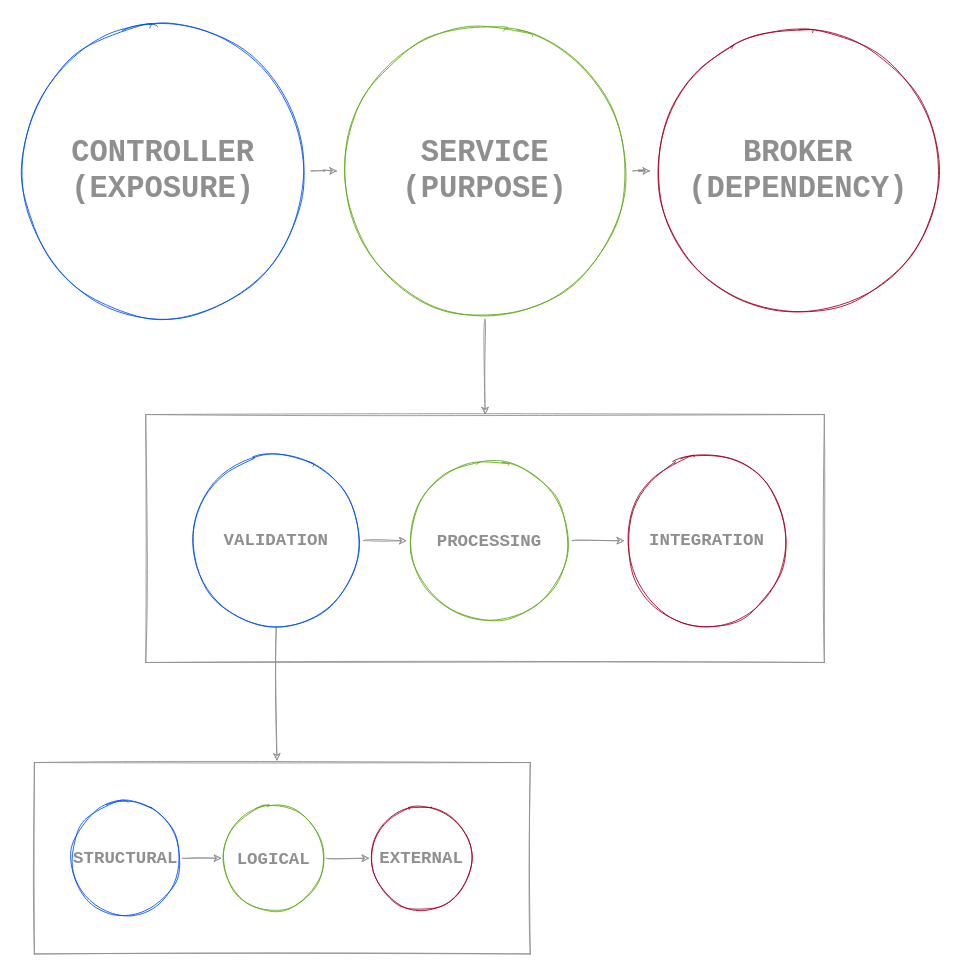
hassanhabib/The-Standard-Arabic keeps this draw.io diagram as page "0.0.5" (5 of 7) of 0. المقدمة/0.0 النظرية/ملفات/النظرية.drawio. Above is the earlier version. Source tidied: cells renumbered, new cells numbered last; positions are measured from the earlier drawing's top-left corner, leaving out a move shared by most shapes. Both pictures are drawn from the tidied source at 87%, with x=0, y=0 at pixel (15, 23).
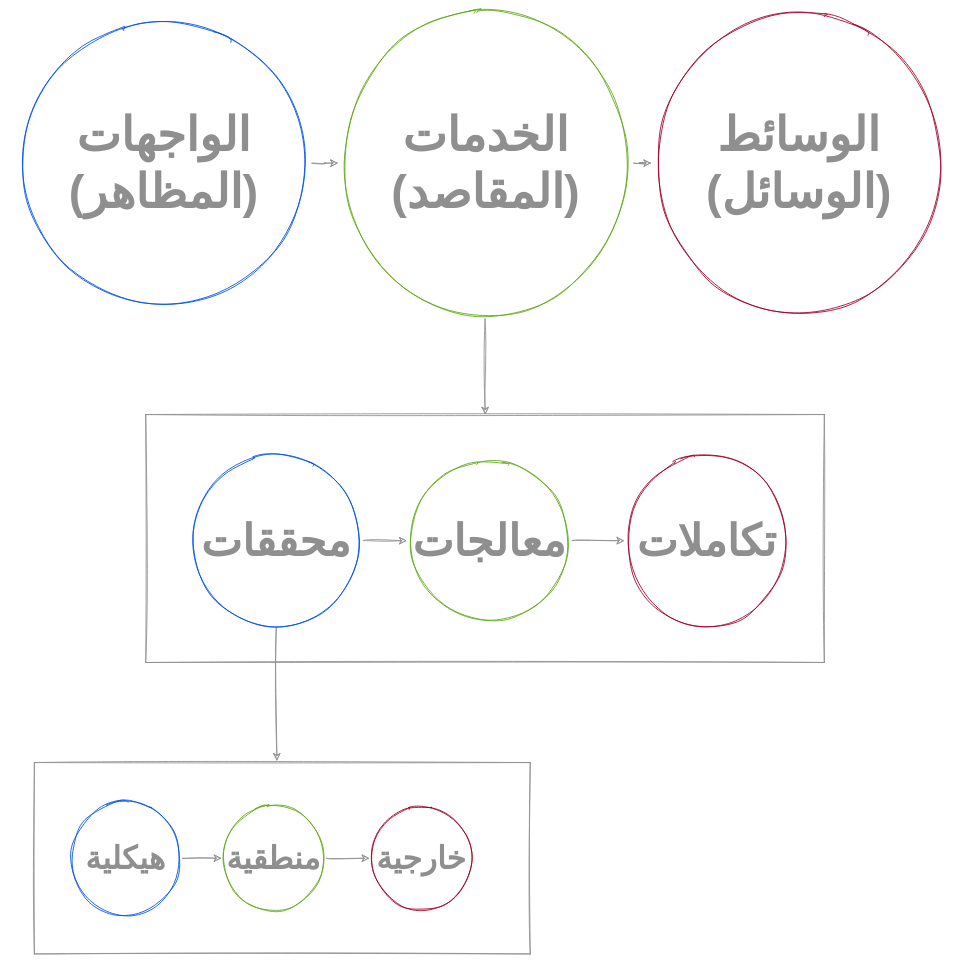
The same page after the edit.

Commit message (it also covers changes not shown here):
توثيق: إضافة رسومات تصميم الأنظمة

Change to the diagram source:
```diff
@@
-    <mxCell id="2" style="rounded=0;whiteSpace=wrap;html=1;sketch=1;fontFamily=Courier New;fontSize=20;fontColor=#8F8F8F;strokeColor=#8F8F8F;fillColor=none;" parent="1" vertex="1">
+    <mxCell id="2" style="rounded=0;whiteSpace=wrap;html=1;sketch=1;fontFamily=Arabic Typesetting;fontSize=36;fontColor=#8F8F8F;strokeColor=#8F8F8F;fillColor=none;" parent="1" vertex="1">
       <mxGeometry x="22" y="850" width="570" height="220" as="geometry" />
     </mxCell>
-    <mxCell id="3" style="rounded=0;whiteSpace=wrap;html=1;sketch=1;fontFamily=Courier New;fontSize=20;fontColor=#8F8F8F;strokeColor=#8F8F8F;fillColor=none;" parent="1" vertex="1">
+    <mxCell id="3" style="rounded=0;whiteSpace=wrap;html=1;sketch=1;fontFamily=Arabic Typesetting;fontSize=50;fontColor=#8F8F8F;strokeColor=#8F8F8F;fillColor=none;" parent="1" vertex="1">
       <mxGeometry x="150" y="450" width="780" height="285" as="geometry" />
     </mxCell>
-    <mxCell id="4" value="BROKER&lt;br&gt;(DEPENDENCY)" style="ellipse;whiteSpace=wrap;html=1;rounded=1;sketch=1;fillColor=none;strokeColor=#A20025;fontFamily=Courier New;fontStyle=1;fontSize=35;fontColor=#8F8F8F;" parent="1" vertex="1">
-      <mxGeometry x="730" width="340" height="340" as="geometry" />
-    </mxCell>
-    <mxCell id="5" style="edgeStyle=orthogonalEdgeStyle;curved=1;rounded=1;sketch=1;jettySize=auto;html=1;entryX=0;entryY=0.5;entryDx=0;entryDy=0;strokeColor=#8F8F8F;fontFamily=Courier New;fontStyle=1;fontColor=#8F8F8F;" parent="1" edge="1" source="7" target="4">
-      <mxGeometry relative="1" as="geometry" />
-    </mxCell>
-    <mxCell id="6" style="edgeStyle=orthogonalEdgeStyle;curved=1;rounded=1;sketch=1;jettySize=auto;html=1;fontFamily=Courier New;fontSize=20;fontColor=#8F8F8F;strokeColor=#8F8F8F;" parent="1" edge="1" source="7" target="3">
-      <mxGeometry relative="1" as="geometry" />
+    <mxCell id="6" style="edgeStyle=orthogonalEdgeStyle;curved=1;rounded=1;sketch=1;jettySize=auto;html=1;fontFamily=Courier New;fontSize=20;fontColor=#8F8F8F;strokeColor=#8F8F8F;" parent="1" edge="1" target="3">
+      <mxGeometry relative="1" as="geometry">
+        <mxPoint x="540" y="340" as="sourcePoint" />
+      </mxGeometry>
     </mxCell>
-    <mxCell id="7" value="&lt;font style=&quot;font-size: 35px&quot;&gt;SERVICE&lt;br&gt;(PURPOSE)&lt;br&gt;&lt;/font&gt;" style="ellipse;whiteSpace=wrap;html=1;rounded=1;sketch=1;fillColor=none;strokeColor=#60A917;fontFamily=Courier New;fontStyle=1;fontSize=25;fontColor=#8F8F8F;" parent="1" vertex="1">
-      <mxGeometry x="370" width="340" height="340" as="geometry" />
-    </mxCell>
-    <mxCell id="8" style="edgeStyle=orthogonalEdgeStyle;curved=1;rounded=1;sketch=1;jettySize=auto;html=1;strokeColor=#8F8F8F;fontFamily=Courier New;fontStyle=1;fontColor=#8F8F8F;" parent="1" edge="1" source="9" target="7">
-      <mxGeometry relative="1" as="geometry" />
-    </mxCell>
-    <mxCell id="9" value="&lt;font style=&quot;font-size: 35px&quot;&gt;CONTROLLER&lt;br&gt;(EXPOSURE)&lt;br&gt;&lt;/font&gt;" style="ellipse;whiteSpace=wrap;html=1;rounded=1;sketch=1;fillColor=none;strokeColor=#0050EF;fontFamily=Courier New;fontStyle=1;fontColor=#8F8F8F;" parent="1" vertex="1">
-      <mxGeometry width="340" height="340" as="geometry" />
-    </mxCell>
-    <mxCell id="10" value="INTEGRATION" style="ellipse;whiteSpace=wrap;html=1;rounded=1;sketch=1;fillColor=none;strokeColor=#A20025;fontFamily=Courier New;fontStyle=1;fontSize=20;fontColor=#8F8F8F;" parent="1" vertex="1">
+    <mxCell id="10" value="تكاملات" style="ellipse;whiteSpace=wrap;html=1;rounded=1;sketch=1;fillColor=none;strokeColor=#A20025;fontFamily=Arabic Typesetting;fontStyle=1;fontSize=50;fontColor=#8F8F8F;" parent="1" vertex="1">
       <mxGeometry x="700" y="500" width="190" height="190" as="geometry" />
     </mxCell>
-    <mxCell id="11" style="edgeStyle=orthogonalEdgeStyle;curved=1;rounded=1;sketch=1;jettySize=auto;html=1;fontFamily=Courier New;fontSize=20;fontColor=#8F8F8F;strokeColor=#8F8F8F;" parent="1" edge="1" source="12" target="10">
+    <mxCell id="11" style="edgeStyle=orthogonalEdgeStyle;curved=1;rounded=1;sketch=1;jettySize=auto;html=1;fontFamily=Arabic Typesetting;fontSize=50;fontColor=#8F8F8F;strokeColor=#8F8F8F;" parent="1" edge="1" source="12" target="10">
       <mxGeometry relative="1" as="geometry" />
     </mxCell>
-    <mxCell id="12" value="&lt;font&gt;&lt;font style=&quot;font-size: 20px&quot;&gt;PROCESSING&lt;/font&gt;&lt;br&gt;&lt;/font&gt;" style="ellipse;whiteSpace=wrap;html=1;rounded=1;sketch=1;fillColor=none;strokeColor=#60A917;fontFamily=Courier New;fontStyle=1;fontSize=25;fontColor=#8F8F8F;" parent="1" vertex="1">
+    <mxCell id="12" value="&lt;font style=&quot;font-size: 50px;&quot;&gt;&lt;font style=&quot;font-size: 50px;&quot;&gt;معالجات&lt;/font&gt;&lt;br style=&quot;font-size: 50px;&quot;&gt;&lt;/font&gt;" style="ellipse;whiteSpace=wrap;html=1;rounded=1;sketch=1;fillColor=none;strokeColor=#60A917;fontFamily=Arabic Typesetting;fontStyle=1;fontSize=50;fontColor=#8F8F8F;" parent="1" vertex="1">
       <mxGeometry x="450" y="500" width="190" height="190" as="geometry" />
     </mxCell>
-    <mxCell id="13" style="edgeStyle=orthogonalEdgeStyle;curved=1;rounded=1;sketch=1;jettySize=auto;html=1;fontFamily=Courier New;fontSize=20;fontColor=#8F8F8F;strokeColor=#8F8F8F;" parent="1" edge="1" source="15" target="12">
+    <mxCell id="13" style="edgeStyle=orthogonalEdgeStyle;curved=1;rounded=1;sketch=1;jettySize=auto;html=1;fontFamily=Arabic Typesetting;fontSize=50;fontColor=#8F8F8F;strokeColor=#8F8F8F;" parent="1" edge="1" source="15" target="12">
       <mxGeometry relative="1" as="geometry" />
     </mxCell>
-    <mxCell id="14" style="edgeStyle=orthogonalEdgeStyle;curved=1;rounded=1;sketch=1;jettySize=auto;html=1;entryX=0.489;entryY=-0.009;entryDx=0;entryDy=0;entryPerimeter=0;fontFamily=Courier New;fontSize=20;fontColor=#8F8F8F;strokeColor=#8F8F8F;" parent="1" edge="1" source="15" target="2">
+    <mxCell id="14" style="edgeStyle=orthogonalEdgeStyle;curved=1;rounded=1;sketch=1;jettySize=auto;html=1;entryX=0.489;entryY=-0.009;entryDx=0;entryDy=0;entryPerimeter=0;fontFamily=Arabic Typesetting;fontSize=20;fontColor=#8F8F8F;strokeColor=#8F8F8F;" parent="1" edge="1" source="15" target="2">
       <mxGeometry relative="1" as="geometry" />
     </mxCell>
-    <mxCell id="15" value="&lt;font&gt;&lt;font style=&quot;font-size: 20px&quot;&gt;VALIDATION&lt;/font&gt;&lt;br&gt;&lt;/font&gt;" style="ellipse;whiteSpace=wrap;html=1;rounded=1;sketch=1;fillColor=none;strokeColor=#0050EF;fontFamily=Courier New;fontStyle=1;fontColor=#8F8F8F;" parent="1" vertex="1">
+    <mxCell id="15" value="&lt;font style=&quot;font-size: 50px;&quot;&gt;&lt;font style=&quot;font-size: 50px;&quot;&gt;محققات&lt;/font&gt;&lt;br style=&quot;font-size: 50px;&quot;&gt;&lt;/font&gt;" style="ellipse;whiteSpace=wrap;html=1;rounded=1;sketch=1;fillColor=none;strokeColor=#0050EF;fontFamily=Arabic Typesetting;fontStyle=1;fontColor=#8F8F8F;fontSize=50;" parent="1" vertex="1">
       <mxGeometry x="200" y="495" width="200" height="200" as="geometry" />
     </mxCell>
-    <mxCell id="16" value="EXTERNAL" style="ellipse;whiteSpace=wrap;html=1;rounded=1;sketch=1;fillColor=none;strokeColor=#A20025;fontFamily=Courier New;fontStyle=1;fontSize=20;fontColor=#8F8F8F;" parent="1" vertex="1">
+    <mxCell id="16" value="خارجية" style="ellipse;whiteSpace=wrap;html=1;rounded=1;sketch=1;fillColor=none;strokeColor=#A20025;fontFamily=Arabic Typesetting;fontStyle=1;fontSize=36;fontColor=#8F8F8F;" parent="1" vertex="1">
       <mxGeometry x="407" y="900" width="120" height="120" as="geometry" />
     </mxCell>
-    <mxCell id="17" style="edgeStyle=orthogonalEdgeStyle;curved=1;rounded=1;sketch=1;jettySize=auto;html=1;fontFamily=Courier New;fontSize=20;fontColor=#8F8F8F;strokeColor=#8F8F8F;" parent="1" edge="1" source="18" target="16">
+    <mxCell id="17" style="edgeStyle=orthogonalEdgeStyle;curved=1;rounded=1;sketch=1;jettySize=auto;html=1;fontFamily=Arabic Typesetting;fontSize=36;fontColor=#8F8F8F;strokeColor=#8F8F8F;" parent="1" edge="1" source="18" target="16">
       <mxGeometry relative="1" as="geometry" />
     </mxCell>
-    <mxCell id="18" value="&lt;font&gt;&lt;font style=&quot;font-size: 20px&quot;&gt;LOGICAL&lt;/font&gt;&lt;br&gt;&lt;/font&gt;" style="ellipse;whiteSpace=wrap;html=1;rounded=1;sketch=1;fillColor=none;strokeColor=#60A917;fontFamily=Courier New;fontStyle=1;fontSize=25;fontColor=#8F8F8F;" parent="1" vertex="1">
+    <mxCell id="18" value="&lt;font style=&quot;font-size: 36px;&quot;&gt;&lt;font style=&quot;font-size: 36px;&quot;&gt;منطقية&lt;/font&gt;&lt;br style=&quot;font-size: 36px;&quot;&gt;&lt;/font&gt;" style="ellipse;whiteSpace=wrap;html=1;rounded=1;sketch=1;fillColor=none;strokeColor=#60A917;fontFamily=Arabic Typesetting;fontStyle=1;fontSize=36;fontColor=#8F8F8F;" parent="1" vertex="1">
       <mxGeometry x="237" y="900" width="120" height="120" as="geometry" />
     </mxCell>
-    <mxCell id="19" style="edgeStyle=orthogonalEdgeStyle;curved=1;rounded=1;sketch=1;jettySize=auto;html=1;fontFamily=Courier New;fontSize=20;fontColor=#8F8F8F;strokeColor=#8F8F8F;" parent="1" edge="1" source="20" target="18">
+    <mxCell id="19" style="edgeStyle=orthogonalEdgeStyle;curved=1;rounded=1;sketch=1;jettySize=auto;html=1;fontFamily=Arabic Typesetting;fontSize=36;fontColor=#8F8F8F;strokeColor=#8F8F8F;" parent="1" edge="1" source="20" target="18">
       <mxGeometry relative="1" as="geometry" />
     </mxCell>
-    <mxCell id="20" value="&lt;font&gt;&lt;font style=&quot;font-size: 20px&quot;&gt;STRUCTURAL&lt;/font&gt;&lt;br&gt;&lt;/font&gt;" style="ellipse;whiteSpace=wrap;html=1;rounded=1;sketch=1;fillColor=none;strokeColor=#0050EF;fontFamily=Courier New;fontStyle=1;fontColor=#8F8F8F;" parent="1" vertex="1">
+    <mxCell id="20" value="&lt;font style=&quot;font-size: 36px;&quot;&gt;&lt;font style=&quot;font-size: 36px;&quot;&gt;هيكلية&lt;/font&gt;&lt;br style=&quot;font-size: 36px;&quot;&gt;&lt;/font&gt;" style="ellipse;whiteSpace=wrap;html=1;rounded=1;sketch=1;fillColor=none;strokeColor=#0050EF;fontFamily=Arabic Typesetting;fontStyle=1;fontColor=#8F8F8F;fontSize=36;" parent="1" vertex="1">
       <mxGeometry x="62" y="895" width="130" height="130" as="geometry" />
     </mxCell>
+    <mxCell id="21" value="الوسائط&lt;br style=&quot;font-size: 54px;&quot;&gt;(الوسائل)" style="ellipse;whiteSpace=wrap;html=1;rounded=1;sketch=1;fillColor=none;strokeColor=#A20025;fontFamily=Arabic Typesetting;fontStyle=1;fontSize=54;fontColor=#8F8F8F;" parent="1" vertex="1">
+      <mxGeometry x="731" y="-9" width="340" height="340" as="geometry" />
+    </mxCell>
+    <mxCell id="22" style="edgeStyle=orthogonalEdgeStyle;curved=1;rounded=1;sketch=1;jettySize=auto;html=1;entryX=0;entryY=0.5;entryDx=0;entryDy=0;strokeColor=#8F8F8F;fontFamily=Arabic Typesetting;fontStyle=1;fontColor=#8F8F8F;fontSize=54;" parent="1" edge="1" source="23" target="21">
+      <mxGeometry relative="1" as="geometry" />
+    </mxCell>
+    <mxCell id="23" value="&lt;font style=&quot;font-size: 54px;&quot;&gt;الخدمات&lt;br style=&quot;font-size: 54px;&quot;&gt;(المقاصد)&lt;br style=&quot;font-size: 54px;&quot;&gt;&lt;/font&gt;" style="ellipse;whiteSpace=wrap;html=1;rounded=1;sketch=1;fillColor=none;strokeColor=#60A917;fontFamily=Arabic Typesetting;fontStyle=1;fontSize=54;fontColor=#8F8F8F;" parent="1" vertex="1">
+      <mxGeometry x="371" y="-9" width="340" height="340" as="geometry" />
+    </mxCell>
+    <mxCell id="24" style="edgeStyle=orthogonalEdgeStyle;curved=1;rounded=1;sketch=1;jettySize=auto;html=1;strokeColor=#8F8F8F;fontFamily=Arabic Typesetting;fontStyle=1;fontColor=#8F8F8F;fontSize=54;" parent="1" edge="1" source="25" target="23">
+      <mxGeometry relative="1" as="geometry" />
+    </mxCell>
+    <mxCell id="25" value="&lt;font style=&quot;font-size: 54px;&quot;&gt;الواجهات&lt;br style=&quot;font-size: 54px;&quot;&gt;(المظاهر)&lt;br style=&quot;font-size: 54px;&quot;&gt;&lt;/font&gt;" style="ellipse;whiteSpace=wrap;html=1;rounded=1;sketch=1;fillColor=none;strokeColor=#0050EF;fontFamily=Arabic Typesetting;fontStyle=1;fontColor=#8F8F8F;fontSize=54;" parent="1" vertex="1">
+      <mxGeometry x="1" y="-9" width="340" height="340" as="geometry" />
+    </mxCell>
```
